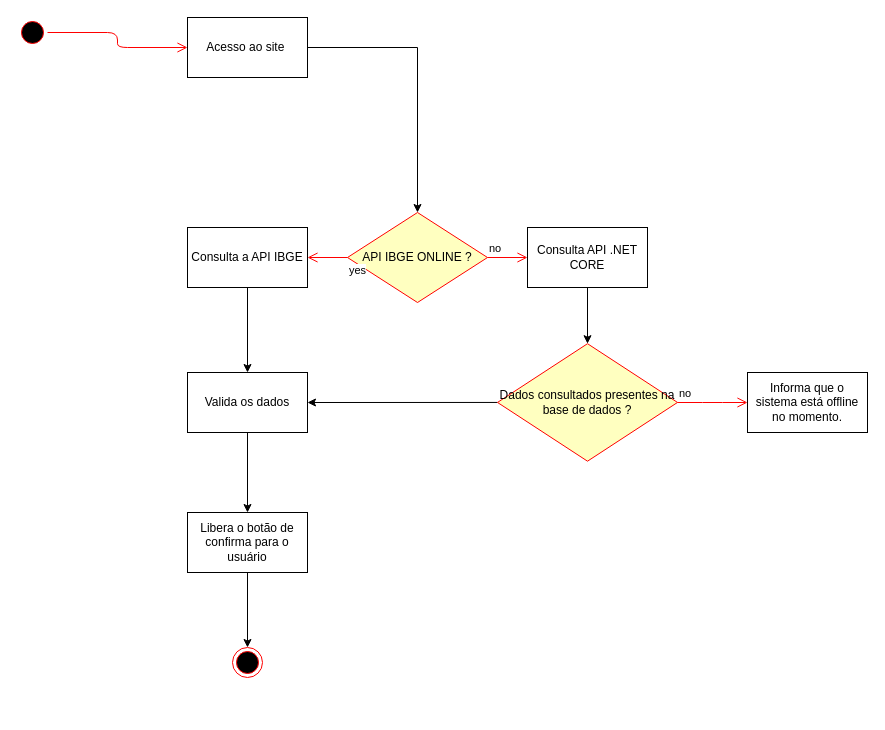
Earlier version of the draw.io diagram hostDay.drawio (fabricioJunior/hostDay). Source tidied: cells renumbered, new cells numbered last; positions are measured from the earlier drawing's top-left corner, leaving out a move shared by most shapes. Both pictures are drawn from the tidied source at 100%, with x=0, y=0 at pixel (17, 17).
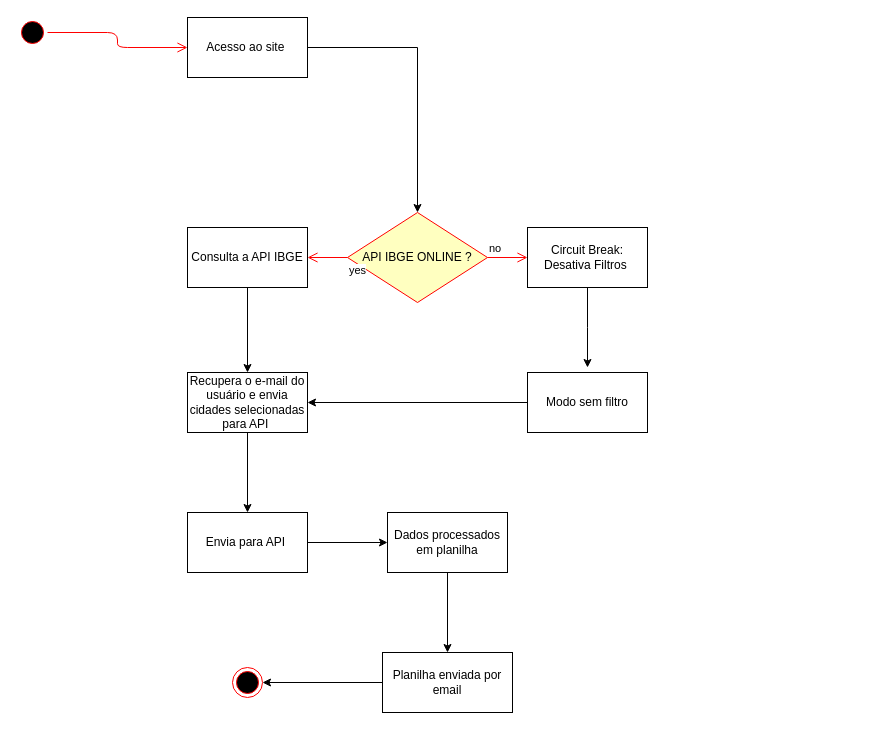
The same diagram, later.

What changed in the source:
```diff
@@
-    <mxCell id="6" style="edgeStyle=orthogonalEdgeStyle;rounded=0;jettySize=auto;html=1;verticalAlign=middle;entryX=0.5;entryY=0;entryDx=0;entryDy=0;" parent="1" edge="1" source="7" target="17">
-      <mxGeometry relative="1" as="geometry" />
+    <mxCell id="6" style="edgeStyle=orthogonalEdgeStyle;rounded=0;jettySize=auto;html=1;verticalAlign=middle;" parent="1" edge="1" source="7">
+      <mxGeometry relative="1" as="geometry">
+        <mxPoint x="570" y="350" as="targetPoint" />
+      </mxGeometry>
     </mxCell>
-    <mxCell id="7" value="Consulta API .NET CORE" style="whiteSpace=wrap;html=1;verticalAlign=middle;" parent="1" vertex="1">
+    <mxCell id="7" value="Circuit Break: Desativa Filtros&amp;nbsp;" style="whiteSpace=wrap;html=1;verticalAlign=middle;" parent="1" vertex="1">
       <mxGeometry x="510" y="210" width="120" height="60" as="geometry" />
     </mxCell>
@@
-    <mxCell id="9" value="Valida os dados" style="whiteSpace=wrap;html=1;verticalAlign=middle;" parent="1" vertex="1">
+    <mxCell id="9" value="Recupera o e-mail do usuário e envia cidades selecionadas para API&amp;nbsp;" style="whiteSpace=wrap;html=1;verticalAlign=middle;" parent="1" vertex="1">
       <mxGeometry x="170" y="355" width="120" height="60" as="geometry" />
     </mxCell>
-    <mxCell id="10" value="Informa que o sistema está offline no momento." style="whiteSpace=wrap;html=1;verticalAlign=middle;" parent="1" vertex="1">
-      <mxGeometry x="730" y="355" width="120" height="60" as="geometry" />
-    </mxCell>
-    <mxCell id="11" style="edgeStyle=orthogonalEdgeStyle;rounded=0;jettySize=auto;html=1;entryX=0.5;entryY=0;entryDx=0;entryDy=0;" parent="1" edge="1" source="12" target="19">
-      <mxGeometry relative="1" as="geometry" />
-    </mxCell>
+    <mxCell id="22" style="edgeStyle=orthogonalEdgeStyle;rounded=0;jettySize=auto;html=1;" parent="1" edge="1" source="12" target="24">
+      <mxGeometry relative="1" as="geometry" />
+    </mxCell>
-    <mxCell id="12" value="Libera o botão de confirma para o usuário" style="whiteSpace=wrap;html=1;" parent="1" vertex="1">
+    <mxCell id="12" value="Envia para API&amp;nbsp;" style="whiteSpace=wrap;html=1;" parent="1" vertex="1">
       <mxGeometry x="170" y="495" width="120" height="60" as="geometry" />
     </mxCell>
@@
-    <mxCell id="16" style="edgeStyle=orthogonalEdgeStyle;rounded=0;jettySize=auto;html=1;exitX=0;exitY=0.5;exitDx=0;exitDy=0;entryX=1;entryY=0.5;entryDx=0;entryDy=0;" parent="1" edge="1" source="17" target="9">
-      <mxGeometry relative="1" as="geometry" />
-    </mxCell>
-    <mxCell id="17" value="Dados consultados presentes na base de dados ?" style="rhombus;whiteSpace=wrap;html=1;fillColor=#ffffc0;strokeColor=#ff0000;" parent="1" vertex="1">
-      <mxGeometry x="480" y="326.2" width="180" height="117.5" as="geometry" />
-    </mxCell>
-    <mxCell id="18" value="no" style="edgeStyle=orthogonalEdgeStyle;html=1;align=left;verticalAlign=bottom;endArrow=open;endSize=8;strokeColor=#ff0000;entryX=0;entryY=0.5;entryDx=0;entryDy=0;" parent="1" edge="1" source="17" target="10">
-      <mxGeometry x="-1" relative="1" as="geometry" />
-    </mxCell>
     <mxCell id="19" style="ellipse;html=1;shape=endState;fillColor=#000000;strokeColor=#ff0000;" parent="1" vertex="1">
-      <mxGeometry x="215" y="630" width="30" height="30" as="geometry" />
+      <mxGeometry x="215" y="650" width="30" height="30" as="geometry" />
     </mxCell>
@@
+    <mxCell id="23" style="edgeStyle=orthogonalEdgeStyle;rounded=0;jettySize=auto;html=1;" parent="1" edge="1" source="24" target="26">
+      <mxGeometry relative="1" as="geometry" />
+    </mxCell>
+    <mxCell id="24" value="Dados processados em planilha" style="whiteSpace=wrap;html=1;" parent="1" vertex="1">
+      <mxGeometry x="370" y="495" width="120" height="60" as="geometry" />
+    </mxCell>
+    <mxCell id="25" style="edgeStyle=orthogonalEdgeStyle;rounded=0;jettySize=auto;html=1;entryX=1;entryY=0.5;entryDx=0;entryDy=0;" parent="1" edge="1" source="26" target="19">
+      <mxGeometry relative="1" as="geometry" />
+    </mxCell>
+    <mxCell id="26" value="Planilha enviada por email" style="whiteSpace=wrap;html=1;" parent="1" vertex="1">
+      <mxGeometry x="365" y="635" width="130" height="60" as="geometry" />
+    </mxCell>
+    <mxCell id="27" style="edgeStyle=orthogonalEdgeStyle;rounded=0;jettySize=auto;html=1;entryX=1;entryY=0.5;entryDx=0;entryDy=0;" parent="1" edge="1" source="28" target="9">
+      <mxGeometry relative="1" as="geometry" />
+    </mxCell>
+    <mxCell id="28" value="Modo sem filtro" style="rounded=0;whiteSpace=wrap;html=1;" parent="1" vertex="1">
+      <mxGeometry x="510" y="355" width="120" height="60" as="geometry" />
+    </mxCell>
```
